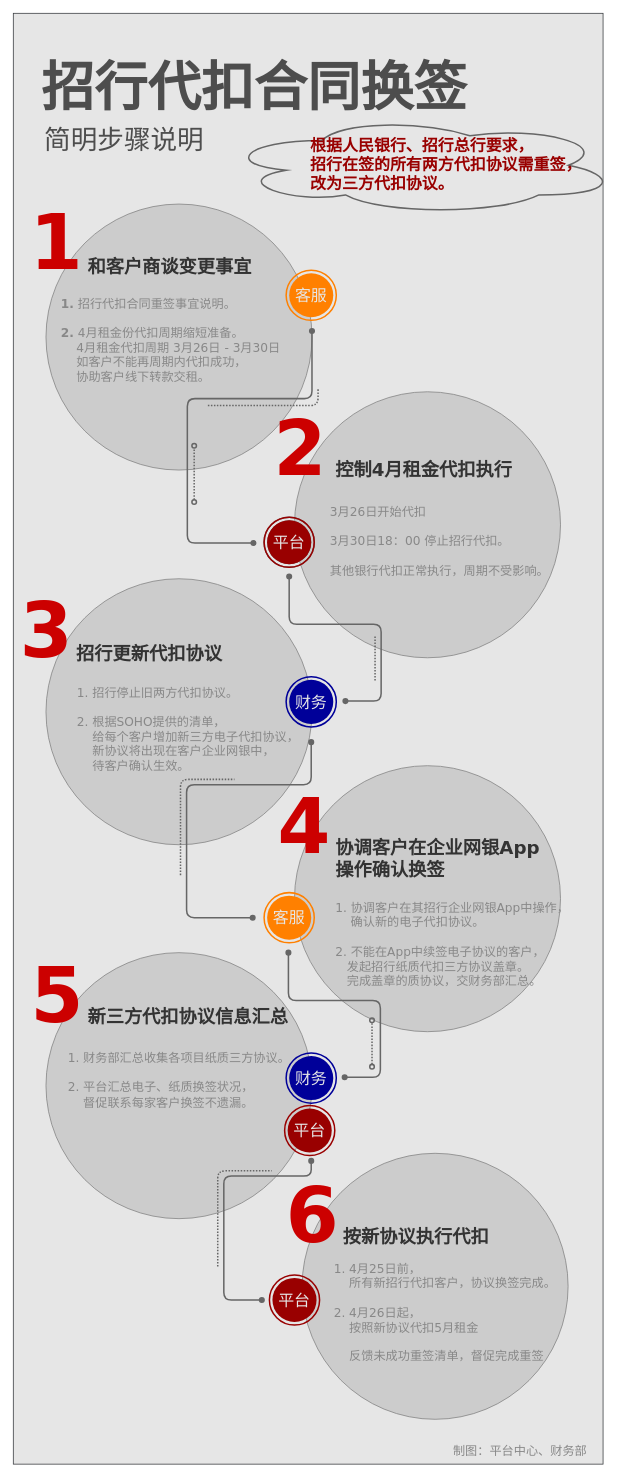
This is graphs/Untitled Diagram.drawio from leichong2019/MyBooks, a draw.io file, before an edit. Source tidied: cells renumbered, new cells numbered last; positions are measured from the earlier drawing's top-left corner, leaving out a move shared by most shapes. Both pictures are drawn from the tidied source at 76%, with x=0, y=0 at pixel (13, 13).
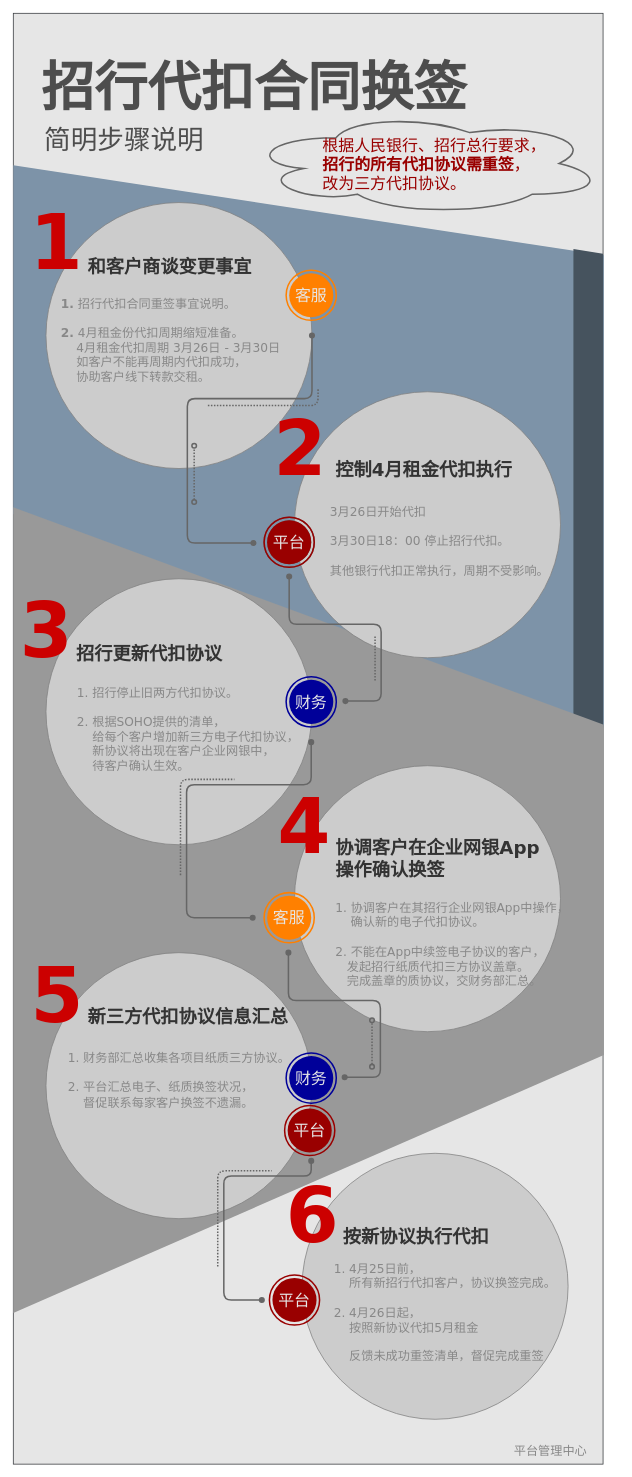
After the change.

What changed in the source:
```diff
@@
+    <mxCell id="78" style="verticalLabelPosition=bottom;verticalAlign=middle;html=1;shape=mxgraph.basic.polygon;polyCoords=[[1,0.16],[1,1],[0,0.62],[0,0]];polyline=0;rounded=0;shadow=0;fontSize=18;fontColor=#ffffff;glass=0;sketch=0;fillColor=#7D93A8;strokeColor=none;" parent="1" vertex="1">
+      <mxGeometry y="200" width="777" height="740" as="geometry" />
+    </mxCell>
+    <mxCell id="79" style="verticalLabelPosition=bottom;verticalAlign=middle;html=1;shape=mxgraph.basic.polygon;polyCoords=[[1,0.01],[1,0.98],[0,0.96],[0,0]];polyline=0;rounded=0;shadow=0;fontSize=18;fontColor=#ffffff;glass=0;sketch=0;strokeColor=none;fillColor=#46535E;" parent="1" vertex="1">
+      <mxGeometry x="737" y="310" width="39" height="640" as="geometry" />
+    </mxCell>
+    <mxCell id="80" style="verticalLabelPosition=bottom;verticalAlign=middle;html=1;shape=mxgraph.basic.polygon;polyCoords=[[1,0.27],[1,0.68],[0,1],[0,0]];polyline=0;rounded=0;shadow=0;fontSize=18;fontColor=#ffffff;glass=0;sketch=0;strokeColor=none;fillColor=#999999;" parent="1" vertex="1">
+      <mxGeometry y="650" width="777" height="1060" as="geometry" />
+    </mxCell>
     <mxCell id="3" style="ellipse;whiteSpace=wrap;html=1;fontFamily=Verdana;fontSize=16;fontColor=#DDDDDD;strokeColor=#808080;fillColor=#CCCCCC;" parent="1" vertex="1">
-      <mxGeometry x="43" y="251" width="350" height="350" as="geometry" />
+      <mxGeometry x="43" y="249" width="350" height="350" as="geometry" />
     </mxCell>
@@
-    <mxCell id="21" value="制图：平台中心、财务部" style="text;html=1;align=left;verticalAlign=top;spacingTop=-4;fontSize=16;fontColor=#888888;fontFamily=Verdana;" parent="1" vertex="1">
-      <mxGeometry x="577" y="1880" width="190" height="20" as="geometry" />
+    <mxCell id="21" value="平台管理中心" style="text;html=1;align=left;verticalAlign=top;spacingTop=-4;fontSize=16;fontColor=#888888;fontFamily=Verdana;" parent="1" vertex="1">
+      <mxGeometry x="657" y="1880" width="110" height="20" as="geometry" />
     </mxCell>
-    <mxCell id="22" style="endArrow=oval;html=1;strokeColor=#666666;fontFamily=Verdana;fontSize=16;fontColor=#DDDDDD;endFill=1;rounded=1;endSize=6;startArrow=oval;startFill=1;strokeWidth=2;" parent="1" edge="1">
+    <mxCell id="22" style="endArrow=oval;html=1;strokeColor=#666666;fontFamily=Verdana;fontSize=16;fontColor=#DDDDDD;endFill=1;rounded=1;endSize=6;startArrow=oval;startFill=1;strokeWidth=2;entryX=1;entryY=0.5;entryDx=0;entryDy=0;" parent="1" edge="1" target="3">
       <mxGeometry relative="1" as="geometry">
         <mxPoint x="316" y="697" as="sourcePoint" />
-        <mxPoint x="393" y="418" as="targetPoint" />
         <Array as="points">
           <mxPoint x="229" y="697" />
           <mxPoint x="229" y="507" />
           <mxPoint x="393" y="507" />
         </Array>
       </mxGeometry>
     </mxCell>
@@
     <mxCell id="47" style="ellipse;shape=cloud;whiteSpace=wrap;html=1;fillColor=none;fontFamily=Verdana;fontSize=16;fontColor=#DDDDDD;strokeColor=#666666;strokeWidth=2;" parent="1" vertex="1">
-      <mxGeometry x="276" y="135" width="519.5" height="130" as="geometry" />
+      <mxGeometry x="307" y="130" width="470" height="135" as="geometry" />
     </mxCell>
-    <mxCell id="48" value="&lt;div style=&quot;font-size: 21px&quot;&gt;根据人民银行、招行总行要求，&lt;/div&gt;&lt;div style=&quot;font-size: 21px&quot;&gt;&lt;font style=&quot;font-size: 21px&quot;&gt;招行在签的所有两方代扣协议需重签，&lt;/font&gt;&lt;/div&gt;&lt;div style=&quot;font-size: 21px&quot;&gt;&lt;font style=&quot;font-size: 21px&quot;&gt;改为三方代扣协议。&lt;/font&gt;&lt;/div&gt;" style="text;html=1;align=left;verticalAlign=top;spacingTop=-4;fontSize=21;fontFamily=Verdana;fontStyle=1;fontColor=#990000;" parent="1" vertex="1">
-      <mxGeometry x="389" y="159.5" width="370" height="80" as="geometry" />
+    <mxCell id="48" value="&lt;div style=&quot;font-size: 21px&quot;&gt;根据人民银行、招行总行要求，&lt;/div&gt;&lt;div style=&quot;font-size: 21px&quot;&gt;&lt;font style=&quot;font-size: 21px&quot;&gt;&lt;b&gt;招行的所有代扣协议需重签&lt;/b&gt;，&lt;/font&gt;&lt;/div&gt;&lt;div style=&quot;font-size: 21px&quot;&gt;&lt;font style=&quot;font-size: 21px&quot;&gt;改为三方代扣协议。&lt;/font&gt;&lt;/div&gt;" style="text;html=1;align=left;verticalAlign=top;spacingTop=-4;fontSize=21;fontFamily=Verdana;fontStyle=0;fontColor=#990000;" parent="1" vertex="1">
+      <mxGeometry x="405" y="160" width="310" height="80" as="geometry" />
     </mxCell>
```
